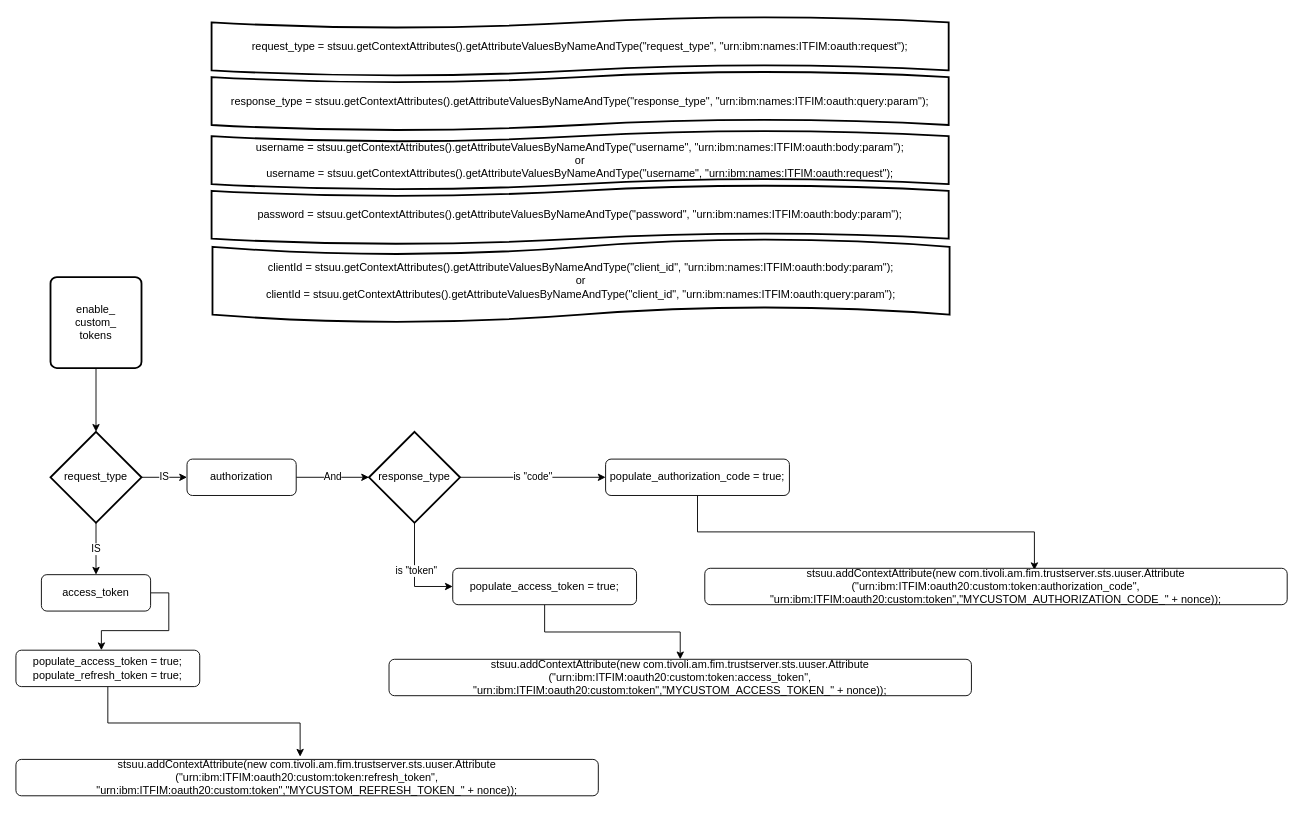
Before: diagrams/httpclient_demo.drawio in jskbabu/sree-general, a draw.io diagram. Source tidied: cells renumbered, new cells numbered last; positions are measured from the earlier drawing's top-left corner, leaving out a move shared by most shapes. Both pictures are drawn from the tidied source at 91%, with x=0, y=0 at pixel (15, 16).
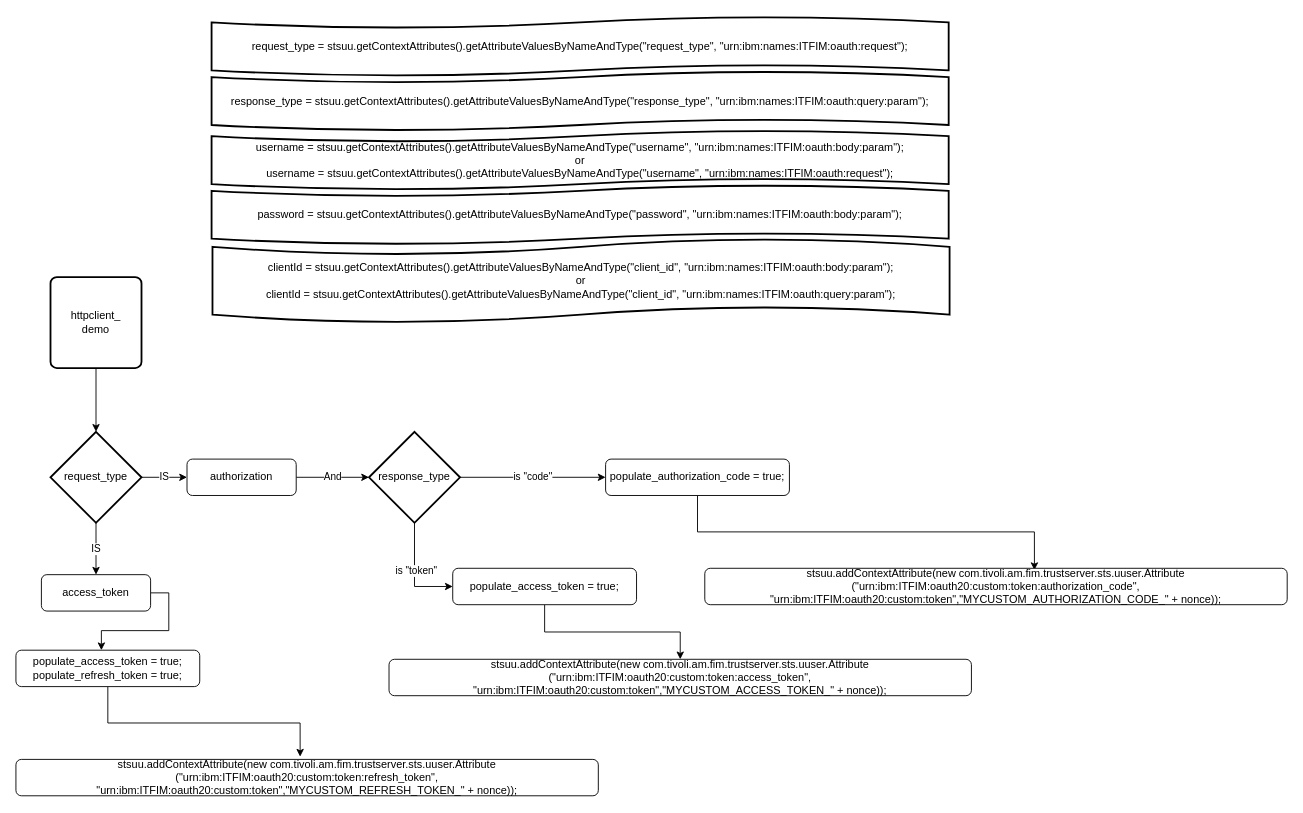
After the change.

Diff of the diagram source:
```diff
@@
-    <mxCell id="14" value="enable_&lt;br&gt;custom_&lt;br&gt;tokens" style="rounded=1;whiteSpace=wrap;html=1;absoluteArcSize=1;arcSize=14;strokeWidth=2;" parent="1" vertex="1">
+    <mxCell id="14" value="httpclient_&lt;br&gt;demo" style="rounded=1;whiteSpace=wrap;html=1;absoluteArcSize=1;arcSize=14;strokeWidth=2;" parent="1" vertex="1">
       <mxGeometry x="38" y="286" width="100" height="100" as="geometry" />
     </mxCell>
```
